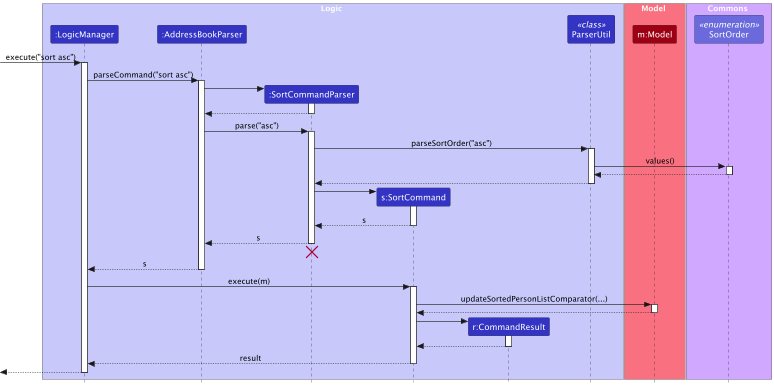
Above: docs/images/SortSequenceDiagram.png in nus-cs2103-AY2425S1/tp (PlantUML), before the change.
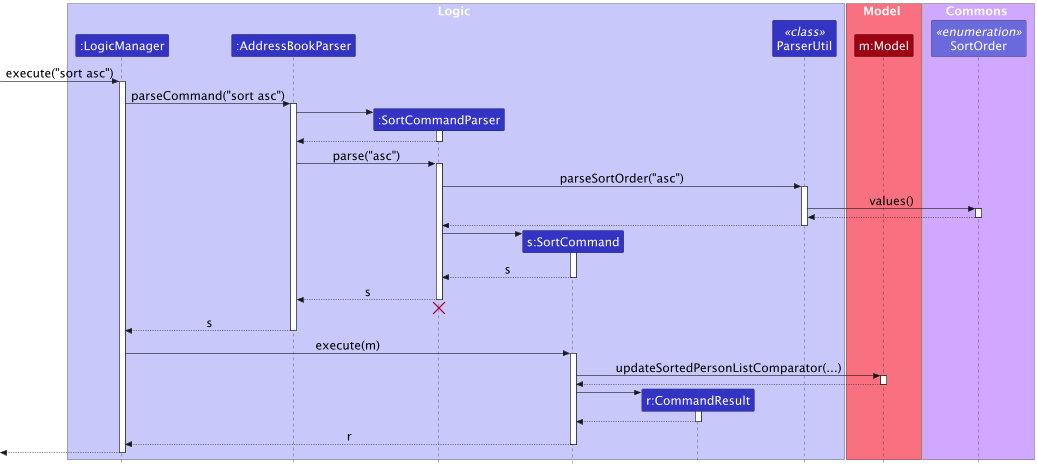
Later version of the same file.

Commit message:
Change font sizes for diagrams

Change to the diagram source:
```diff
@@ -2,6 +2,7 @@
 !include style.puml
 skinparam ArrowFontStyle plain
 skinparam style strictuml
+skinparam defaultFontSize 20
 
 box Logic LOGIC_COLOR_T1
 participant ":LogicManager" as LogicManager LOGIC_COLOR
@@ -78,7 +79,7 @@
 CommandResult --> SortCommand
 deactivate CommandResult
 
-SortCommand --> LogicManager : result
+SortCommand --> LogicManager : r
 deactivate SortCommand
 
 [<--LogicManager
```
